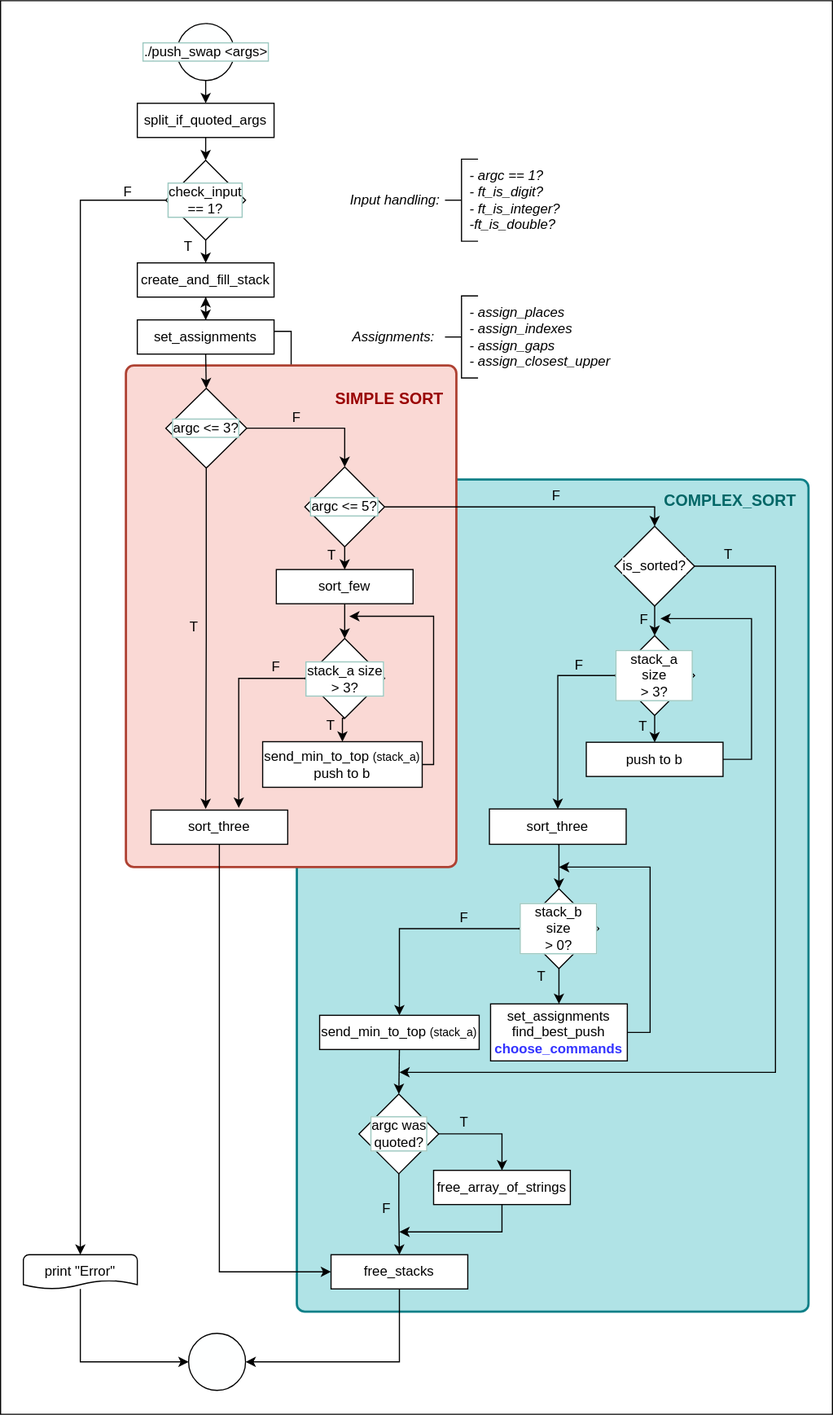
ccg-v/push_swap keeps this draw.io diagram as assets/push_swap_pseudocode.svg. Above is the earlier version. Source tidied: cells renumbered, new cells last; positions are measured from the earlier drawing's top-left corner, leaving out a move shared by most shapes.
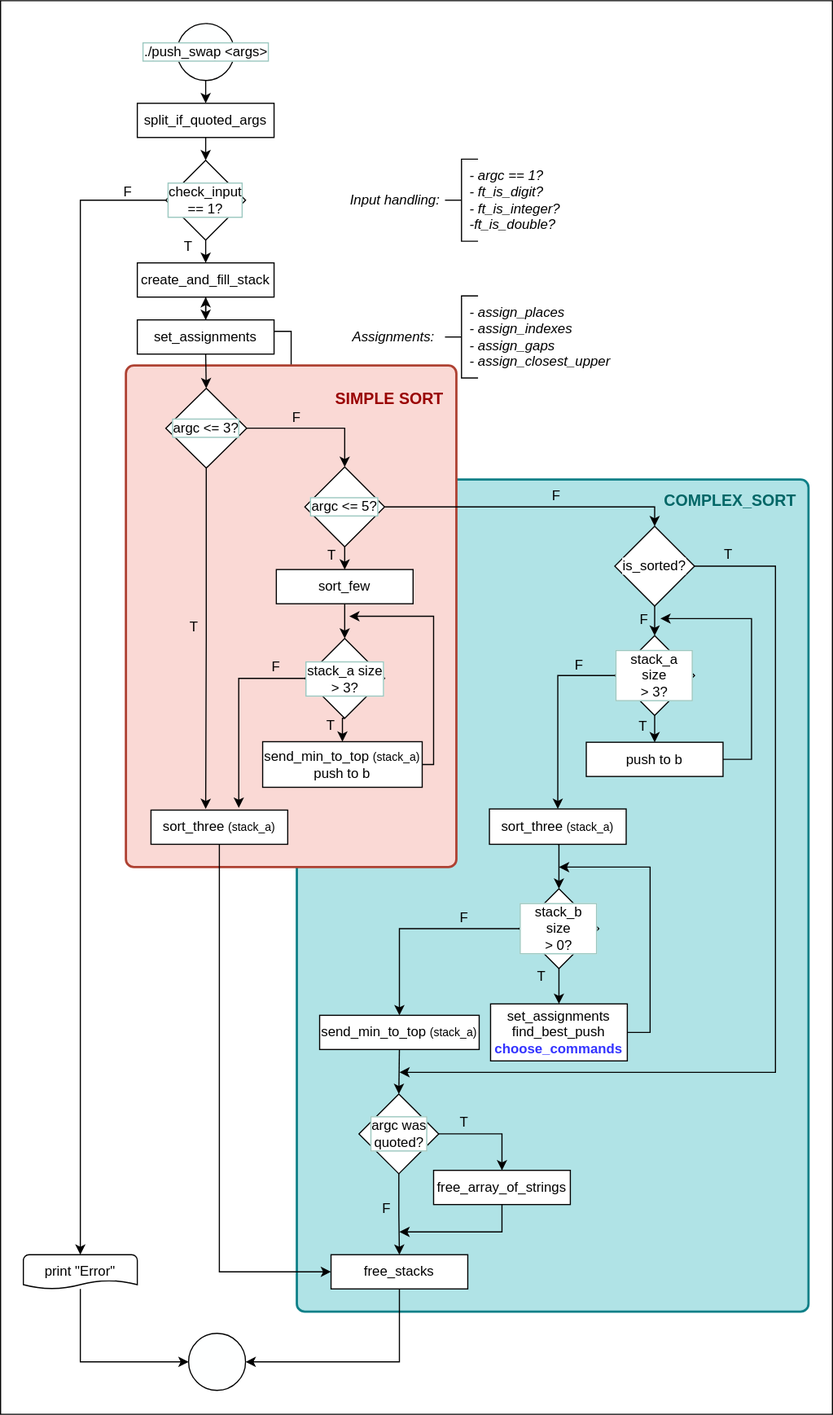
Above is the later version.

Change to the diagram source:
```diff
@@ -138,7 +138,7 @@
         </Array>
       </mxGeometry>
     </mxCell>
-    <mxCell id="40" value="&lt;div&gt;sort_three&lt;/div&gt;" style="rounded=0;whiteSpace=wrap;html=1;absoluteArcSize=1;arcSize=14;strokeWidth=1;labelBackgroundColor=#FFFFFF;fillColor=#FFFFFF;labelBorderColor=none;fontColor=#000000;strokeColor=#000000;" parent="1" vertex="1">
+    <mxCell id="40" value="&lt;div&gt;sort_three &lt;font style=&quot;font-size: 10px;&quot;&gt;(stack_a)&lt;/font&gt;&lt;br&gt;&lt;/div&gt;" style="rounded=0;whiteSpace=wrap;html=1;absoluteArcSize=1;arcSize=14;strokeWidth=1;labelBackgroundColor=#FFFFFF;fillColor=#FFFFFF;labelBorderColor=none;fontColor=#000000;strokeColor=#000000;" parent="1" vertex="1">
       <mxGeometry x="132" y="710" width="120" height="30" as="geometry" />
     </mxCell>
     <mxCell id="41" value="T" style="text;strokeColor=none;align=center;fillColor=none;html=1;verticalAlign=middle;whiteSpace=wrap;rounded=0;fontColor=#000000;fontStyle=0;" parent="1" vertex="1">
@@ -192,7 +192,7 @@
     <mxCell id="53" style="edgeStyle=orthogonalEdgeStyle;rounded=0;jettySize=auto;html=1;exitX=0.5;exitY=1;exitDx=0;exitDy=0;entryX=0.5;entryY=0;entryDx=0;entryDy=0;entryPerimeter=0;fontSize=11;align=center;fillColor=none;strokeColor=#000000;fontColor=default;gradientColor=none;fontStyle=2;" parent="1" edge="1" source="54" target="62">
       <mxGeometry relative="1" as="geometry" />
     </mxCell>
-    <mxCell id="54" value="&lt;div&gt;sort_three&lt;br&gt;&lt;/div&gt;" style="rounded=0;whiteSpace=wrap;html=1;absoluteArcSize=1;arcSize=14;strokeWidth=1;labelBackgroundColor=#FFFFFF;fillColor=#FFFFFF;labelBorderColor=none;fontColor=#000000;strokeColor=#000000;" parent="1" vertex="1">
+    <mxCell id="54" value="&lt;div&gt;sort_three &lt;font style=&quot;font-size: 10px;&quot;&gt;(stack_a)&lt;/font&gt;&lt;br&gt;&lt;/div&gt;" style="rounded=0;whiteSpace=wrap;html=1;absoluteArcSize=1;arcSize=14;strokeWidth=1;labelBackgroundColor=#FFFFFF;fillColor=#FFFFFF;labelBorderColor=none;fontColor=#000000;strokeColor=#000000;" parent="1" vertex="1">
       <mxGeometry x="429" y="709" width="120" height="31" as="geometry" />
     </mxCell>
     <mxCell id="55" value="T" style="text;strokeColor=none;align=center;fillColor=none;html=1;verticalAlign=middle;whiteSpace=wrap;rounded=0;fontColor=#000000;fontStyle=0;" parent="1" vertex="1">
```
